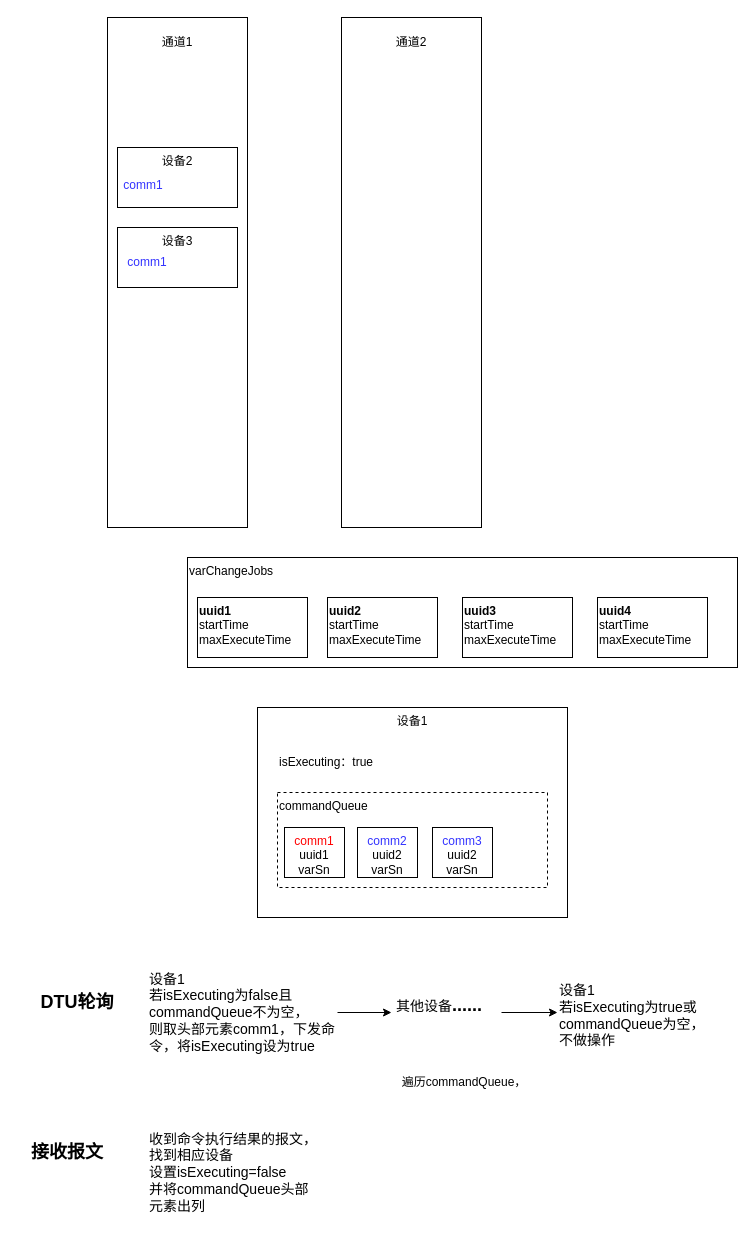
The draw.io diagram 设备控制.drawio in foreverfirst/draw, before the edit. Source tidied: cells renumbered, new cells numbered last; positions are measured from the earlier drawing's top-left corner, leaving out a move shared by most shapes. Both pictures are drawn from the tidied source at 100%, with x=0, y=0 at pixel (17, 17).
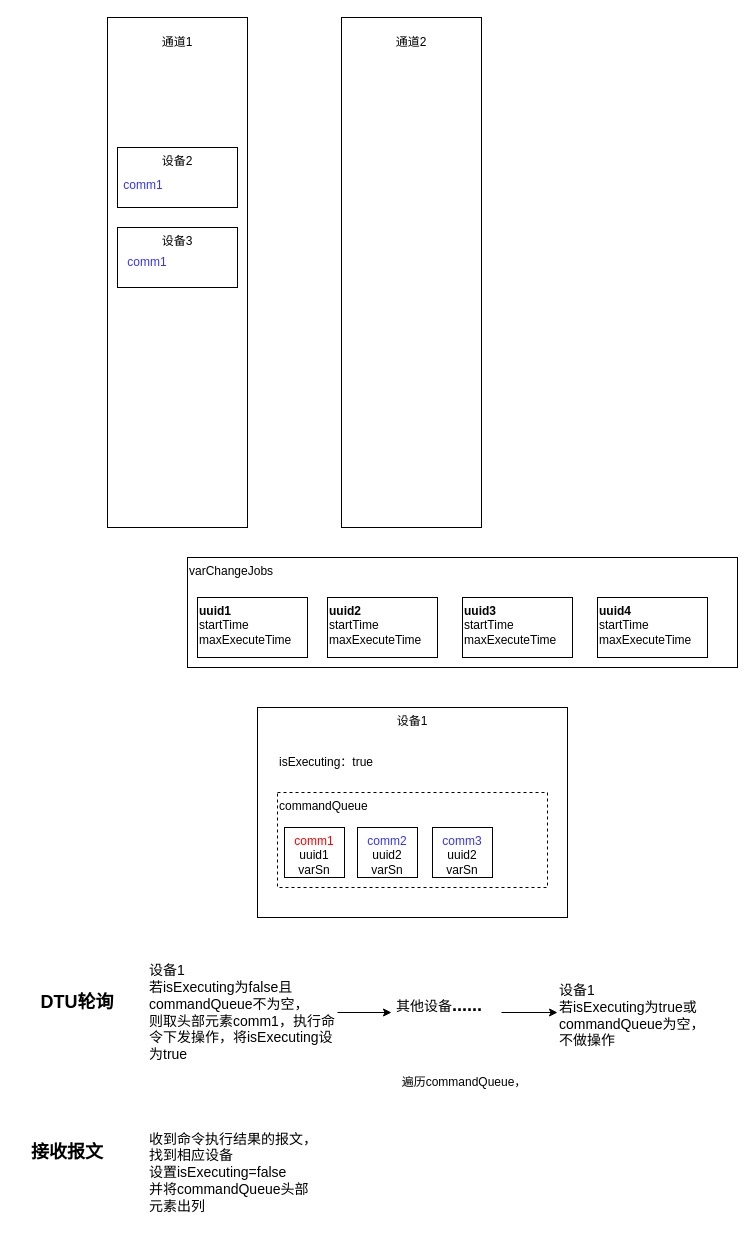
After the change.

Commit message:
更新设备控制.drawio

Change to the diagram source:
```diff
@@
-    <mxCell id="22" value="设备1&lt;br&gt;若isExecuting为false且commandQueue不为空，&lt;br&gt;则取头部元素comm1，下发命令，将isExecuting设为true" style="text;html=1;strokeColor=none;fillColor=none;align=left;verticalAlign=middle;whiteSpace=wrap;rounded=0;fontSize=14;" parent="1" vertex="1">
+    <mxCell id="22" value="设备1&lt;br&gt;若isExecuting为false且commandQueue不为空，&lt;br&gt;则取头部元素comm1，执行命令下发操作，将isExecuting设为true" style="text;html=1;strokeColor=none;fillColor=none;align=left;verticalAlign=middle;whiteSpace=wrap;rounded=0;fontSize=14;" parent="1" vertex="1">
       <mxGeometry x="130" y="945" width="190" height="100" as="geometry" />
     </mxCell>
```
